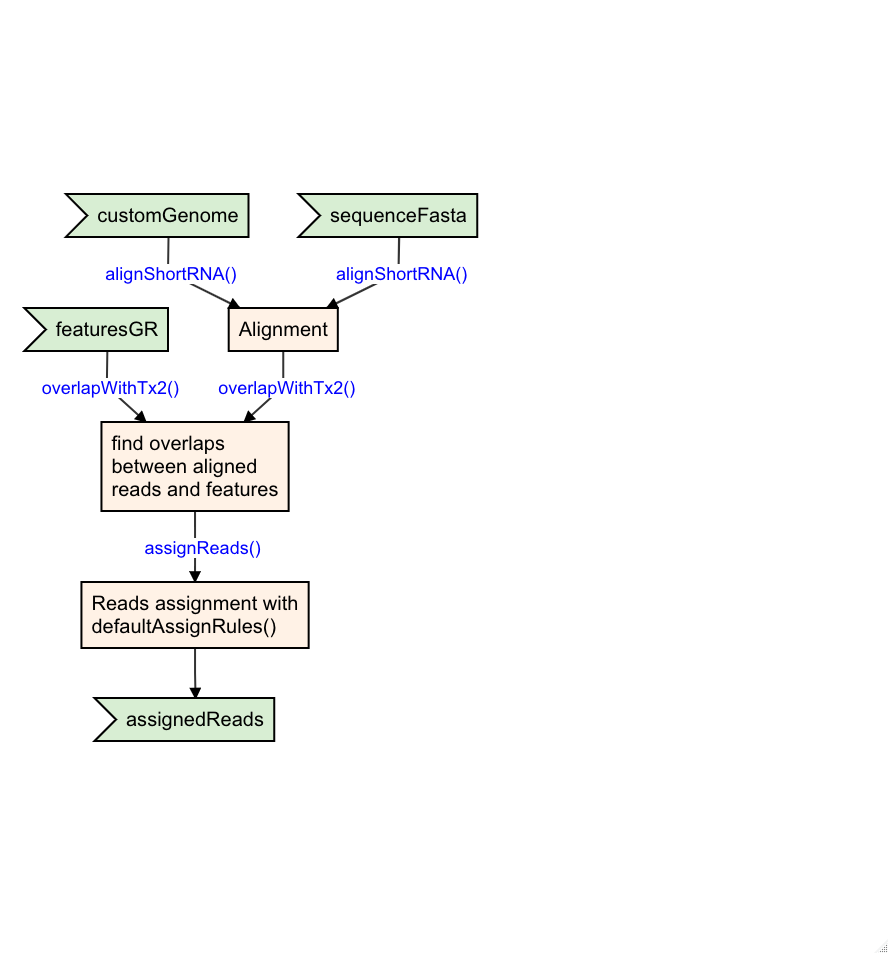
Earlier version of the Mermaid export figure/shortRNA/03_alignment.png (dktanwar/PhD_thesis). Its source is kept beside it as figure/shortRNA/03_alignment.mmd. The source it was exported from:
```mermaid
graph TD

CG>customGenome]-->|"alignShortRNA()"|aln[Alignment]
FE>featuresGR]-->|"overlapWithTx2()"|ov[find overlaps<br>between aligned<br>reads and features]
FA>sequenceFasta]-->|"alignShortRNA()"|aln
aln-->|"overlapWithTx2()"|ov

ov-->|"assignReads()"|ar["Reads assignment with<br>defaultAssignRules()"]
ar-->AR>assignedReads]

style FE stroke:black,stroke-width:2px,fill:#D8EED3;
style CG stroke:black,stroke-width:2px,fill:#D8EED3;
style FA stroke:black,stroke-width:2px,fill:#D8EED3;
style ov stroke:black,stroke-width:2px,fill:#fff2e6;
style aln stroke:black,stroke-width:2px,fill:#fff2e6;
style ar stroke:black,stroke-width:2px,fill:#fff2e6;
style AR stroke:black,stroke-width:2px,fill:#D8EED3;
```
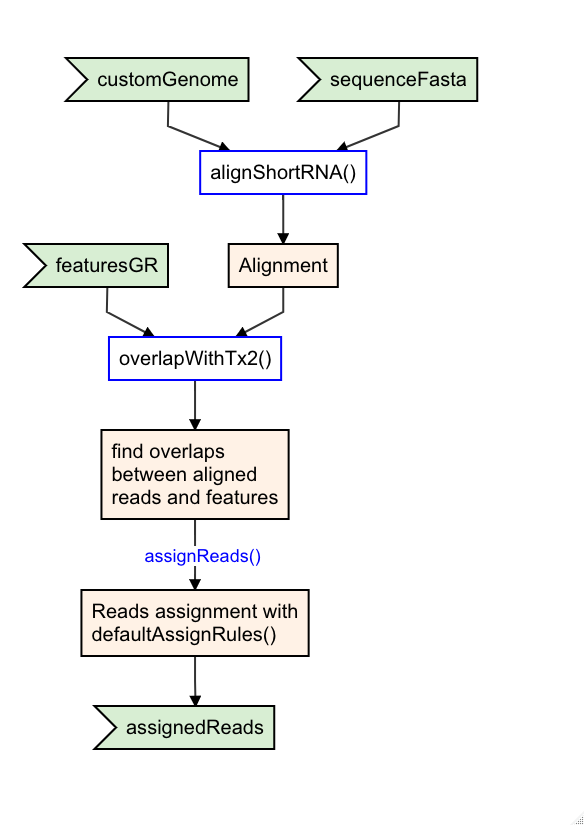
After the change.

What changed in the source:
```diff
@@ -1,9 +1,14 @@
 graph TD
 
-CG>customGenome]-->|"alignShortRNA()"|aln[Alignment]
-FE>featuresGR]-->|"overlapWithTx2()"|ov[find overlaps<br>between aligned<br>reads and features]
-FA>sequenceFasta]-->|"alignShortRNA()"|aln
-aln-->|"overlapWithTx2()"|ov
+CG>customGenome]-->ALN["alignShortRNA()"]
+FA>sequenceFasta]-->ALN
+ALN-->aln[Alignment]
+
+
+FE>featuresGR]-->TX["overlapWithTx2()"]
+TX-->ov[find overlaps<br>between aligned<br>reads and features]
+
+aln-->TX
 
 ov-->|"assignReads()"|ar["Reads assignment with<br>defaultAssignRules()"]
 ar-->AR>assignedReads]
@@ -15,3 +20,5 @@
 style aln stroke:black,stroke-width:2px,fill:#fff2e6;
 style ar stroke:black,stroke-width:2px,fill:#fff2e6;
 style AR stroke:black,stroke-width:2px,fill:#D8EED3;
+style ALN stroke:blue,stroke-width:2px,fill:white;
+style TX stroke:blue,stroke-width:2px,fill:white;
```
